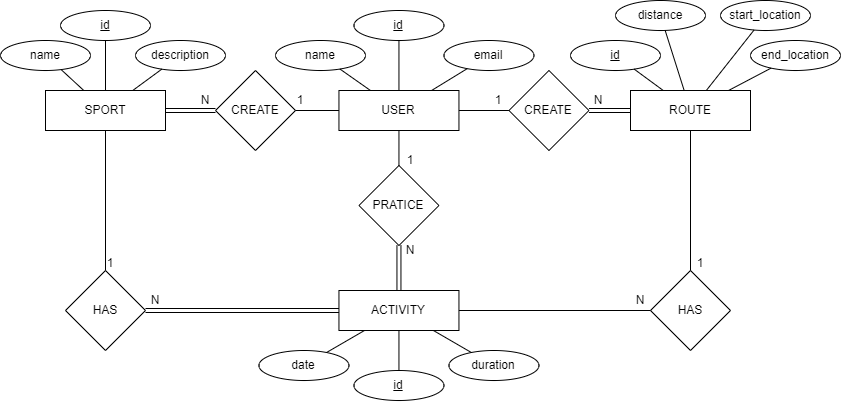
bodybuilders-team/sports-api keeps this draw.io diagram as docs/sports-db/sports-db-diagram.png. Above is the earlier version. Source tidied: cells renumbered, new cells last; positions are measured from the earlier drawing's top-left corner, leaving out a move shared by most shapes.
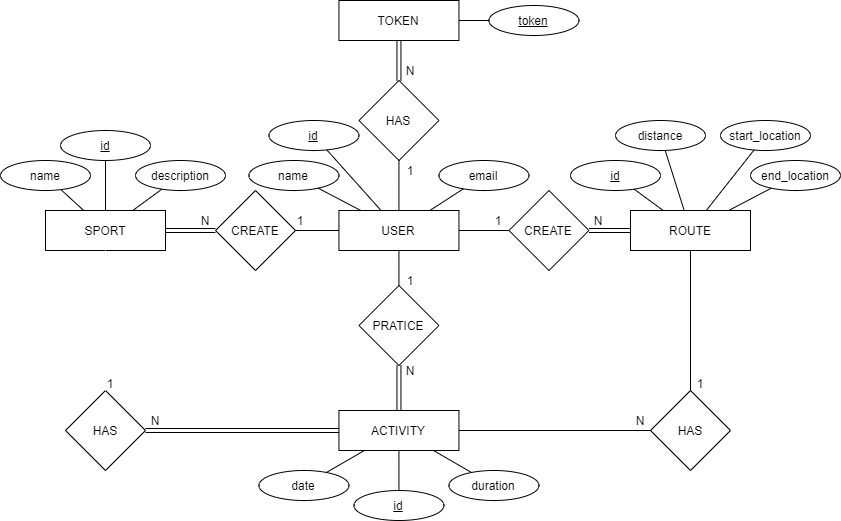
After the change.

The edit, as a diff of the source:
```diff
@@ -14,45 +14,45 @@
     <mxCell id="5" value="ACTIVITY" style="rounded=0;whiteSpace=wrap;html=1;" parent="1" vertex="1">
       <mxGeometry x="338.4" y="290" width="120" height="40" as="geometry" />
     </mxCell>
-    <mxCell id="6" value="&lt;u&gt;id&lt;/u&gt;" style="ellipse;whiteSpace=wrap;html=1;" parent="1" vertex="1">
-      <mxGeometry x="353.4" y="10" width="90" height="30" as="geometry" />
-    </mxCell>
-    <mxCell id="7" value="name" style="ellipse;whiteSpace=wrap;html=1;" parent="1" vertex="1">
-      <mxGeometry x="275" y="40" width="90" height="30" as="geometry" />
-    </mxCell>
+    <mxCell id="57" value="&lt;u&gt;id&lt;/u&gt;" style="ellipse;whiteSpace=wrap;html=1;" parent="1" vertex="1">
+      <mxGeometry x="268.4" width="90" height="30" as="geometry" />
+    </mxCell>
+    <mxCell id="58" value="name" style="ellipse;whiteSpace=wrap;html=1;" parent="1" vertex="1">
+      <mxGeometry x="248.4" y="40" width="90" height="30" as="geometry" />
+    </mxCell>
     <mxCell id="8" value="email" style="ellipse;whiteSpace=wrap;html=1;" parent="1" vertex="1">
-      <mxGeometry x="443.4" y="40" width="90" height="30" as="geometry" />
+      <mxGeometry x="438.4" y="40" width="90" height="30" as="geometry" />
     </mxCell>
-    <mxCell id="9" style="endArrow=none;html=1;rounded=0;" parent="1" edge="1" source="2" target="7">
-      <mxGeometry relative="1" as="geometry" />
-    </mxCell>
-    <mxCell id="10" style="endArrow=none;html=1;rounded=0;" parent="1" edge="1" source="2" target="6">
-      <mxGeometry relative="1" as="geometry" />
-    </mxCell>
+    <mxCell id="59" style="endArrow=none;html=1;rounded=0;" parent="1" edge="1" source="2" target="58">
+      <mxGeometry relative="1" as="geometry" />
+    </mxCell>
+    <mxCell id="60" style="endArrow=none;html=1;rounded=0;" parent="1" edge="1" source="2" target="57">
+      <mxGeometry relative="1" as="geometry" />
+    </mxCell>
     <mxCell id="11" style="endArrow=none;html=1;rounded=0;" parent="1" edge="1" source="2" target="8">
       <mxGeometry relative="1" as="geometry" />
     </mxCell>
-    <mxCell id="12" value="&lt;u&gt;id&lt;/u&gt;" style="ellipse;whiteSpace=wrap;html=1;" parent="1" vertex="1">
-      <mxGeometry x="60" y="10" width="90" height="30" as="geometry" />
-    </mxCell>
-    <mxCell id="13" value="name" style="ellipse;whiteSpace=wrap;html=1;" parent="1" vertex="1">
-      <mxGeometry y="40" width="90" height="30" as="geometry" />
-    </mxCell>
+    <mxCell id="61" value="&lt;u&gt;id&lt;/u&gt;" style="ellipse;whiteSpace=wrap;html=1;" parent="1" vertex="1">
+      <mxGeometry x="60" y="10" width="90" height="30" as="geometry" />
+    </mxCell>
+    <mxCell id="62" value="name" style="ellipse;whiteSpace=wrap;html=1;" parent="1" vertex="1">
+      <mxGeometry y="40" width="90" height="30" as="geometry" />
+    </mxCell>
     <mxCell id="14" value="description" style="ellipse;whiteSpace=wrap;html=1;" parent="1" vertex="1">
       <mxGeometry x="135" y="40" width="90" height="30" as="geometry" />
     </mxCell>
-    <mxCell id="15" style="endArrow=none;html=1;rounded=0;" parent="1" edge="1" source="3" target="13">
-      <mxGeometry relative="1" as="geometry" />
-    </mxCell>
-    <mxCell id="16" style="endArrow=none;html=1;rounded=0;" parent="1" edge="1" source="3" target="12">
-      <mxGeometry relative="1" as="geometry" />
-    </mxCell>
+    <mxCell id="63" style="endArrow=none;html=1;rounded=0;" parent="1" edge="1" source="3" target="62">
+      <mxGeometry relative="1" as="geometry" />
+    </mxCell>
+    <mxCell id="64" style="endArrow=none;html=1;rounded=0;" parent="1" edge="1" source="3" target="61">
+      <mxGeometry relative="1" as="geometry" />
+    </mxCell>
     <mxCell id="17" style="endArrow=none;html=1;rounded=0;" parent="1" edge="1" source="3" target="14">
       <mxGeometry relative="1" as="geometry" />
     </mxCell>
-    <mxCell id="18" value="&lt;u&gt;id&lt;/u&gt;" style="ellipse;whiteSpace=wrap;html=1;" parent="1" vertex="1">
-      <mxGeometry x="570" y="40" width="90" height="30" as="geometry" />
-    </mxCell>
+    <mxCell id="65" value="&lt;u&gt;id&lt;/u&gt;" style="ellipse;whiteSpace=wrap;html=1;" parent="1" vertex="1">
+      <mxGeometry x="570" y="40" width="90" height="30" as="geometry" />
+    </mxCell>
     <mxCell id="19" value="start_location" style="ellipse;whiteSpace=wrap;html=1;" parent="1" vertex="1">
       <mxGeometry x="720" width="90" height="30" as="geometry" />
     </mxCell>
@@ -62,9 +62,9 @@
     <mxCell id="21" value="distance" style="ellipse;whiteSpace=wrap;html=1;" parent="1" vertex="1">
       <mxGeometry x="615" width="90" height="30" as="geometry" />
     </mxCell>
-    <mxCell id="22" style="endArrow=none;html=1;rounded=0;" parent="1" edge="1" source="4" target="18">
-      <mxGeometry relative="1" as="geometry" />
-    </mxCell>
+    <mxCell id="66" style="endArrow=none;html=1;rounded=0;" parent="1" edge="1" source="4" target="65">
+      <mxGeometry relative="1" as="geometry" />
+    </mxCell>
     <mxCell id="23" style="endArrow=none;html=1;rounded=0;" parent="1" edge="1" source="4" target="21">
       <mxGeometry relative="1" as="geometry" />
     </mxCell>
@@ -74,51 +74,51 @@
     <mxCell id="25" style="endArrow=none;html=1;rounded=0;" parent="1" edge="1" source="4" target="20">
       <mxGeometry relative="1" as="geometry" />
     </mxCell>
-    <mxCell id="26" value="&lt;u&gt;id&lt;/u&gt;" style="ellipse;whiteSpace=wrap;html=1;" parent="1" vertex="1">
-      <mxGeometry x="353.4" y="370" width="90" height="30" as="geometry" />
-    </mxCell>
+    <mxCell id="67" value="&lt;u&gt;id&lt;/u&gt;" style="ellipse;whiteSpace=wrap;html=1;" parent="1" vertex="1">
+      <mxGeometry x="353.4" y="370" width="90" height="30" as="geometry" />
+    </mxCell>
     <mxCell id="27" value="date" style="ellipse;whiteSpace=wrap;html=1;" parent="1" vertex="1">
       <mxGeometry x="258.4" y="350" width="90" height="30" as="geometry" />
     </mxCell>
     <mxCell id="28" value="duration" style="ellipse;whiteSpace=wrap;html=1;" parent="1" vertex="1">
       <mxGeometry x="448.4" y="350" width="90" height="30" as="geometry" />
     </mxCell>
-    <mxCell id="29" style="endArrow=none;html=1;rounded=0;" parent="1" edge="1" source="5" target="26">
-      <mxGeometry relative="1" as="geometry" />
-    </mxCell>
+    <mxCell id="68" style="endArrow=none;html=1;rounded=0;" parent="1" edge="1" source="5" target="67">
+      <mxGeometry relative="1" as="geometry" />
+    </mxCell>
     <mxCell id="30" style="endArrow=none;html=1;rounded=0;" parent="1" edge="1" source="5" target="27">
       <mxGeometry relative="1" as="geometry" />
     </mxCell>
     <mxCell id="31" style="endArrow=none;html=1;rounded=0;" parent="1" edge="1" source="5" target="28">
       <mxGeometry relative="1" as="geometry" />
     </mxCell>
-    <mxCell id="32" value="CREATE" style="rhombus;whiteSpace=wrap;html=1;" parent="1" vertex="1">
-      <mxGeometry x="215" y="70" width="80" height="80" as="geometry" />
-    </mxCell>
-    <mxCell id="33" style="endArrow=none;html=1;rounded=0;shape=link;" parent="1" edge="1" source="32" target="3">
-      <mxGeometry relative="1" as="geometry" />
-    </mxCell>
-    <mxCell id="34" value="1" style="text;html=1;strokeColor=none;fillColor=none;align=center;verticalAlign=middle;whiteSpace=wrap;rounded=0;" parent="1" vertex="1">
-      <mxGeometry x="290" y="85" width="20" height="30" as="geometry" />
-    </mxCell>
-    <mxCell id="35" value="N" style="text;html=1;strokeColor=none;fillColor=none;align=center;verticalAlign=middle;whiteSpace=wrap;rounded=0;" parent="1" vertex="1">
-      <mxGeometry x="195" y="85" width="20" height="30" as="geometry" />
-    </mxCell>
-    <mxCell id="36" value="CREATE" style="rhombus;whiteSpace=wrap;html=1;" parent="1" vertex="1">
-      <mxGeometry x="508.4" y="70" width="80" height="80" as="geometry" />
-    </mxCell>
-    <mxCell id="37" style="endArrow=none;html=1;rounded=0;" parent="1" edge="1" source="2" target="36">
-      <mxGeometry relative="1" as="geometry" />
-    </mxCell>
-    <mxCell id="38" style="endArrow=none;html=1;rounded=0;exitX=1;exitY=0.5;exitDx=0;exitDy=0;shape=link;" parent="1" edge="1" source="36" target="4">
-      <mxGeometry relative="1" as="geometry" />
-    </mxCell>
-    <mxCell id="39" value="1" style="text;html=1;strokeColor=none;fillColor=none;align=center;verticalAlign=middle;whiteSpace=wrap;rounded=0;" parent="1" vertex="1">
-      <mxGeometry x="488.4" y="90" width="20" height="20" as="geometry" />
-    </mxCell>
-    <mxCell id="40" value="N" style="text;html=1;strokeColor=none;fillColor=none;align=center;verticalAlign=middle;whiteSpace=wrap;rounded=0;" parent="1" vertex="1">
-      <mxGeometry x="588.5" y="90" width="20" height="20" as="geometry" />
-    </mxCell>
+    <mxCell id="69" value="CREATE" style="rhombus;whiteSpace=wrap;html=1;" parent="1" vertex="1">
+      <mxGeometry x="215" y="70" width="80" height="80" as="geometry" />
+    </mxCell>
+    <mxCell id="70" style="endArrow=none;html=1;rounded=0;shape=link;" parent="1" edge="1" source="69" target="3">
+      <mxGeometry relative="1" as="geometry" />
+    </mxCell>
+    <mxCell id="71" value="1" style="text;html=1;strokeColor=none;fillColor=none;align=center;verticalAlign=middle;whiteSpace=wrap;rounded=0;" parent="1" vertex="1">
+      <mxGeometry x="290" y="85" width="20" height="30" as="geometry" />
+    </mxCell>
+    <mxCell id="72" value="N" style="text;html=1;strokeColor=none;fillColor=none;align=center;verticalAlign=middle;whiteSpace=wrap;rounded=0;" parent="1" vertex="1">
+      <mxGeometry x="195" y="85" width="20" height="30" as="geometry" />
+    </mxCell>
+    <mxCell id="73" value="CREATE" style="rhombus;whiteSpace=wrap;html=1;" parent="1" vertex="1">
+      <mxGeometry x="508.4" y="70" width="80" height="80" as="geometry" />
+    </mxCell>
+    <mxCell id="74" style="endArrow=none;html=1;rounded=0;" parent="1" edge="1" source="2" target="73">
+      <mxGeometry relative="1" as="geometry" />
+    </mxCell>
+    <mxCell id="75" style="endArrow=none;html=1;rounded=0;exitX=1;exitY=0.5;exitDx=0;exitDy=0;shape=link;" parent="1" edge="1" source="73" target="4">
+      <mxGeometry relative="1" as="geometry" />
+    </mxCell>
+    <mxCell id="76" value="1" style="text;html=1;strokeColor=none;fillColor=none;align=center;verticalAlign=middle;whiteSpace=wrap;rounded=0;" parent="1" vertex="1">
+      <mxGeometry x="488.4" y="90" width="20" height="20" as="geometry" />
+    </mxCell>
+    <mxCell id="77" value="N" style="text;html=1;strokeColor=none;fillColor=none;align=center;verticalAlign=middle;whiteSpace=wrap;rounded=0;" parent="1" vertex="1">
+      <mxGeometry x="588.5" y="90" width="20" height="20" as="geometry" />
+    </mxCell>
     <mxCell id="41" value="PRATICE" style="rhombus;whiteSpace=wrap;html=1;" parent="1" vertex="1">
       <mxGeometry x="358.4" y="165" width="80" height="80" as="geometry" />
     </mxCell>
@@ -128,44 +128,68 @@
     <mxCell id="43" style="endArrow=none;html=1;rounded=0;shape=link;" parent="1" edge="1" source="41" target="5">
       <mxGeometry relative="1" as="geometry" />
     </mxCell>
-    <mxCell id="44" value="1" style="text;html=1;strokeColor=none;fillColor=none;align=center;verticalAlign=middle;whiteSpace=wrap;rounded=0;" parent="1" vertex="1">
-      <mxGeometry x="400" y="150" width="20" height="20" as="geometry" />
-    </mxCell>
-    <mxCell id="45" value="N" style="text;html=1;strokeColor=none;fillColor=none;align=center;verticalAlign=middle;whiteSpace=wrap;rounded=0;" parent="1" vertex="1">
-      <mxGeometry x="400" y="240" width="20" height="20" as="geometry" />
-    </mxCell>
-    <mxCell id="46" style="endArrow=none;html=1;rounded=0;" parent="1" edge="1" source="2" target="32">
-      <mxGeometry relative="1" as="geometry" />
-    </mxCell>
-    <mxCell id="47" value="HAS" style="rhombus;whiteSpace=wrap;html=1;" parent="1" vertex="1">
-      <mxGeometry x="65" y="270" width="80" height="80" as="geometry" />
-    </mxCell>
-    <mxCell id="48" style="endArrow=none;html=1;rounded=0;strokeColor=default;" parent="1" edge="1" source="47" target="3">
-      <mxGeometry relative="1" as="geometry" />
-    </mxCell>
-    <mxCell id="49" style="endArrow=none;html=1;rounded=0;shape=link;" parent="1" edge="1" source="47" target="5">
-      <mxGeometry relative="1" as="geometry" />
-    </mxCell>
-    <mxCell id="50" value="1" style="text;html=1;strokeColor=none;fillColor=none;align=center;verticalAlign=middle;whiteSpace=wrap;rounded=0;" parent="1" vertex="1">
-      <mxGeometry x="100" y="250" width="20" height="25" as="geometry" />
-    </mxCell>
-    <mxCell id="51" value="N" style="text;html=1;strokeColor=none;fillColor=none;align=center;verticalAlign=middle;whiteSpace=wrap;rounded=0;" parent="1" vertex="1">
-      <mxGeometry x="145" y="290" width="20" height="20" as="geometry" />
-    </mxCell>
-    <mxCell id="52" value="HAS" style="rhombus;whiteSpace=wrap;html=1;" parent="1" vertex="1">
-      <mxGeometry x="650" y="270" width="80" height="80" as="geometry" />
-    </mxCell>
-    <mxCell id="53" style="endArrow=none;html=1;rounded=0;" parent="1" edge="1" source="5" target="52">
-      <mxGeometry relative="1" as="geometry" />
-    </mxCell>
-    <mxCell id="54" style="endArrow=none;html=1;rounded=0;" parent="1" edge="1" source="52" target="4">
-      <mxGeometry relative="1" as="geometry" />
-    </mxCell>
-    <mxCell id="55" value="1" style="text;html=1;strokeColor=none;fillColor=none;align=center;verticalAlign=middle;whiteSpace=wrap;rounded=0;" parent="1" vertex="1">
-      <mxGeometry x="690" y="250" width="20" height="25" as="geometry" />
-    </mxCell>
-    <mxCell id="56" value="N" style="text;html=1;strokeColor=none;fillColor=none;align=center;verticalAlign=middle;whiteSpace=wrap;rounded=0;" parent="1" vertex="1">
-      <mxGeometry x="630" y="290" width="20" height="20" as="geometry" />
-    </mxCell>
+    <mxCell id="78" value="1" style="text;html=1;strokeColor=none;fillColor=none;align=center;verticalAlign=middle;whiteSpace=wrap;rounded=0;" parent="1" vertex="1">
+      <mxGeometry x="400" y="150" width="20" height="20" as="geometry" />
+    </mxCell>
+    <mxCell id="79" value="N" style="text;html=1;strokeColor=none;fillColor=none;align=center;verticalAlign=middle;whiteSpace=wrap;rounded=0;" parent="1" vertex="1">
+      <mxGeometry x="400" y="240" width="20" height="20" as="geometry" />
+    </mxCell>
+    <mxCell id="80" style="endArrow=none;html=1;rounded=0;" parent="1" edge="1" source="2" target="69">
+      <mxGeometry relative="1" as="geometry" />
+    </mxCell>
+    <mxCell id="81" value="HAS" style="rhombus;whiteSpace=wrap;html=1;" parent="1" vertex="1">
+      <mxGeometry x="65" y="270" width="80" height="80" as="geometry" />
+    </mxCell>
+    <mxCell id="82" style="endArrow=none;html=1;rounded=0;strokeColor=default;" parent="1" edge="1" source="81" target="3">
+      <mxGeometry relative="1" as="geometry" />
+    </mxCell>
+    <mxCell id="83" style="endArrow=none;html=1;rounded=0;shape=link;" parent="1" edge="1" source="81" target="5">
+      <mxGeometry relative="1" as="geometry" />
+    </mxCell>
+    <mxCell id="84" value="1" style="text;html=1;strokeColor=none;fillColor=none;align=center;verticalAlign=middle;whiteSpace=wrap;rounded=0;" parent="1" vertex="1">
+      <mxGeometry x="100" y="250" width="20" height="25" as="geometry" />
+    </mxCell>
+    <mxCell id="85" value="N" style="text;html=1;strokeColor=none;fillColor=none;align=center;verticalAlign=middle;whiteSpace=wrap;rounded=0;" parent="1" vertex="1">
+      <mxGeometry x="145" y="290" width="20" height="20" as="geometry" />
+    </mxCell>
+    <mxCell id="86" value="HAS" style="rhombus;whiteSpace=wrap;html=1;" parent="1" vertex="1">
+      <mxGeometry x="650" y="270" width="80" height="80" as="geometry" />
+    </mxCell>
+    <mxCell id="87" style="endArrow=none;html=1;rounded=0;" parent="1" edge="1" source="5" target="86">
+      <mxGeometry relative="1" as="geometry" />
+    </mxCell>
+    <mxCell id="88" style="endArrow=none;html=1;rounded=0;" parent="1" edge="1" source="86" target="4">
+      <mxGeometry relative="1" as="geometry" />
+    </mxCell>
+    <mxCell id="89" value="1" style="text;html=1;strokeColor=none;fillColor=none;align=center;verticalAlign=middle;whiteSpace=wrap;rounded=0;" parent="1" vertex="1">
+      <mxGeometry x="690" y="250" width="20" height="25" as="geometry" />
+    </mxCell>
+    <mxCell id="90" value="N" style="text;html=1;strokeColor=none;fillColor=none;align=center;verticalAlign=middle;whiteSpace=wrap;rounded=0;" parent="1" vertex="1">
+      <mxGeometry x="630" y="290" width="20" height="20" as="geometry" />
+    </mxCell>
+    <mxCell id="91" value="HAS" style="rhombus;whiteSpace=wrap;html=1;" parent="1" vertex="1">
+      <mxGeometry x="358.4" y="-40" width="80" height="80" as="geometry" />
+    </mxCell>
+    <mxCell id="92" value="TOKEN" style="rounded=0;whiteSpace=wrap;html=1;" parent="1" vertex="1">
+      <mxGeometry x="338.4" y="-120" width="120" height="40" as="geometry" />
+    </mxCell>
+    <mxCell id="93" style="endArrow=none;html=1;rounded=0;" parent="1" edge="1" source="91" target="2">
+      <mxGeometry relative="1" as="geometry" />
+    </mxCell>
+    <mxCell id="94" style="endArrow=none;html=1;rounded=0;shape=link;" parent="1" edge="1" source="91" target="92">
+      <mxGeometry relative="1" as="geometry" />
+    </mxCell>
+    <mxCell id="95" value="1" style="text;html=1;strokeColor=none;fillColor=none;align=center;verticalAlign=middle;whiteSpace=wrap;rounded=0;" parent="1" vertex="1">
+      <mxGeometry x="400" y="40" width="20" height="20" as="geometry" />
+    </mxCell>
+    <mxCell id="96" value="N" style="text;html=1;strokeColor=none;fillColor=none;align=center;verticalAlign=middle;whiteSpace=wrap;rounded=0;" parent="1" vertex="1">
+      <mxGeometry x="400" y="-60" width="20" height="20" as="geometry" />
+    </mxCell>
+    <mxCell id="97" value="&lt;u&gt;token&lt;/u&gt;" style="ellipse;whiteSpace=wrap;html=1;" parent="1" vertex="1">
+      <mxGeometry x="488.4" y="-115" width="90" height="30" as="geometry" />
+    </mxCell>
+    <mxCell id="98" style="endArrow=none;html=1;rounded=0;" parent="1" edge="1" source="92" target="97">
+      <mxGeometry relative="1" as="geometry" />
+    </mxCell>
   </root>
 </mxGraphModel>
```
